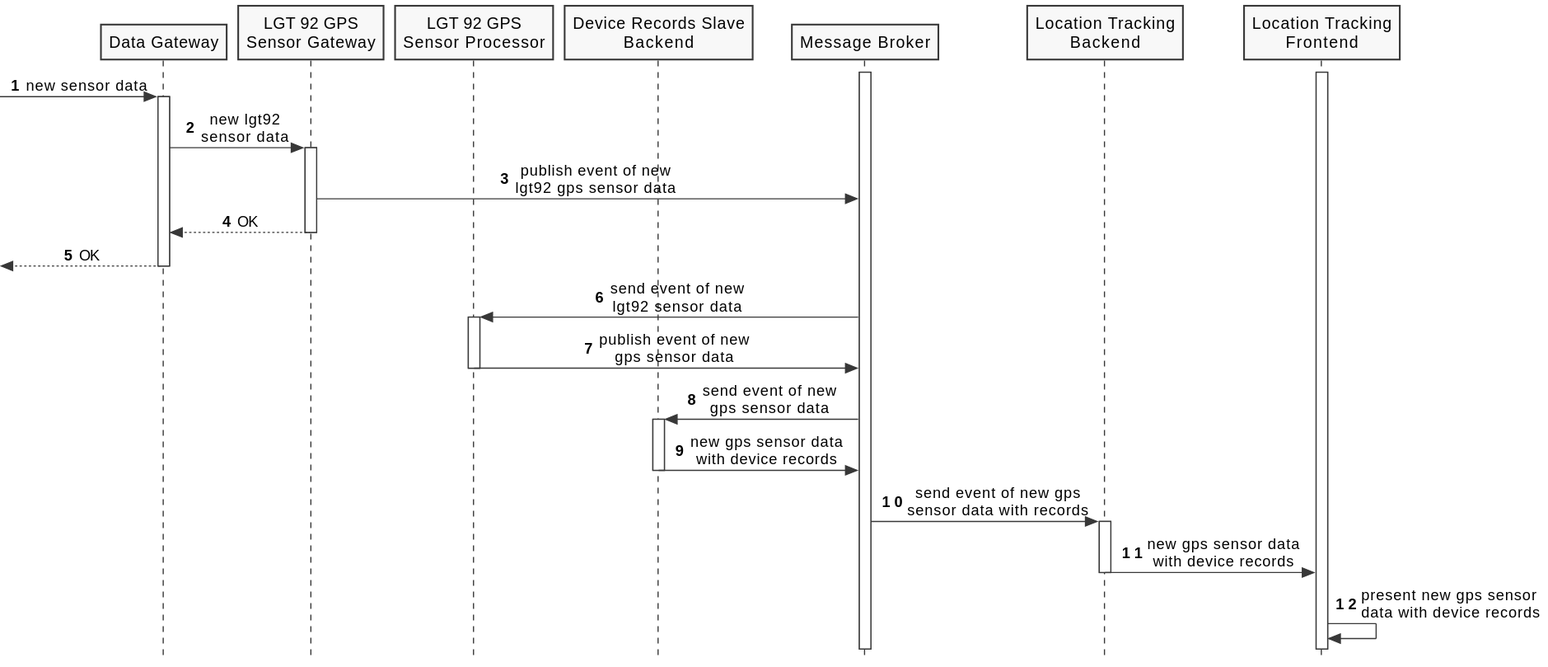
FilipeMCruz/sensae-console keeps this PlantUML diagram as docs/diagrams/process-view-level2-uc01.svg. Above is the earlier version.
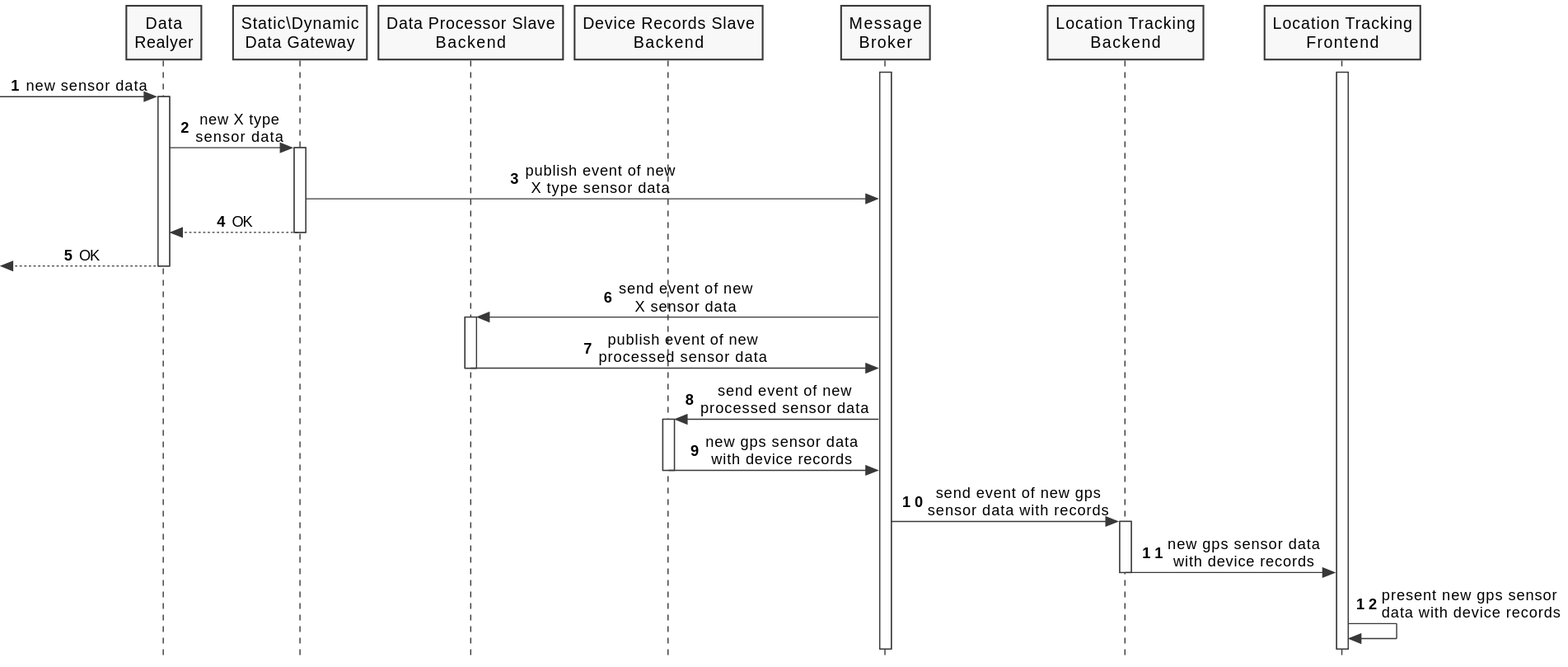
Later version of the same file.

Change to the diagram source:
```diff
@@ -7,11 +7,11 @@
 
 autonumber 1
 
-participant "Data Gateway" as DG
-participant "LGT 92 GPS\nSensor Gateway" as LGT92GPSG
-participant "LGT 92 GPS\nSensor Processor" as LGT92GPSP
-participant "Device Records Slave\nBackend" as DRB
-participant "Message Broker" as MB
+participant "Data\nRealyer" as DG
+participant "Static\Dynamic\nData Gateway" as SDDG
+participant "Data Processor Slave\nBackend" as DPSB
+participant "Device Records Slave\nBackend" as DRSB
+participant "Message\nBroker" as MB
 participant "Location Tracking\nBackend" as LTB
 participant "Location Tracking\nFrontend" as LTF
 
@@ -21,28 +21,28 @@
 -> DG : new sensor data
 activate DG
 
-DG -> LGT92GPSG : new lgt92\nsensor data
-activate LGT92GPSG
+DG -> SDDG : new X type\nsensor data
+activate SDDG
 
-LGT92GPSG -> MB : publish event of new\nlgt92 gps sensor data
+SDDG -> MB : publish event of new\nX type sensor data
 
-DG <-- LGT92GPSG : OK
-deactivate LGT92GPSG
+DG <-- SDDG : OK
+deactivate SDDG
 
 <-- DG : OK
 deactivate DG
 
-MB -> LGT92GPSP : send event of new\nlgt92 sensor data
-activate LGT92GPSP
+MB -> DPSB : send event of new\nX sensor data
+activate DPSB
 
-LGT92GPSP -> MB : publish event of new\ngps sensor data
-deactivate LGT92GPSP
+DPSB -> MB : publish event of new\nprocessed sensor data
+deactivate DPSB
 
-MB -> DRB : send event of new\ngps sensor data
-activate DRB
+MB -> DRSB : send event of new\nprocessed sensor data
+activate DRSB
 
-DRB -> MB : new gps sensor data\nwith device records
-deactivate DRB
+DRSB -> MB : new gps sensor data\nwith device records
+deactivate DRSB
 
 MB -> LTB : send event of new gps\nsensor data with records
 activate LTB
```
